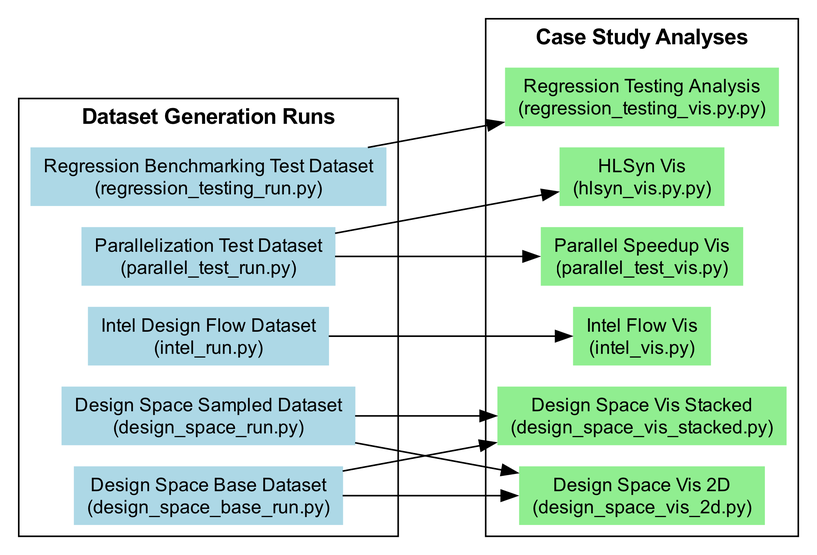
sharc-lab/hlsfactory-artifact-eval keeps this Graphviz diagram as docs/depends.png. Above is the earlier version. Its source is kept beside it as docs/depends.dot.
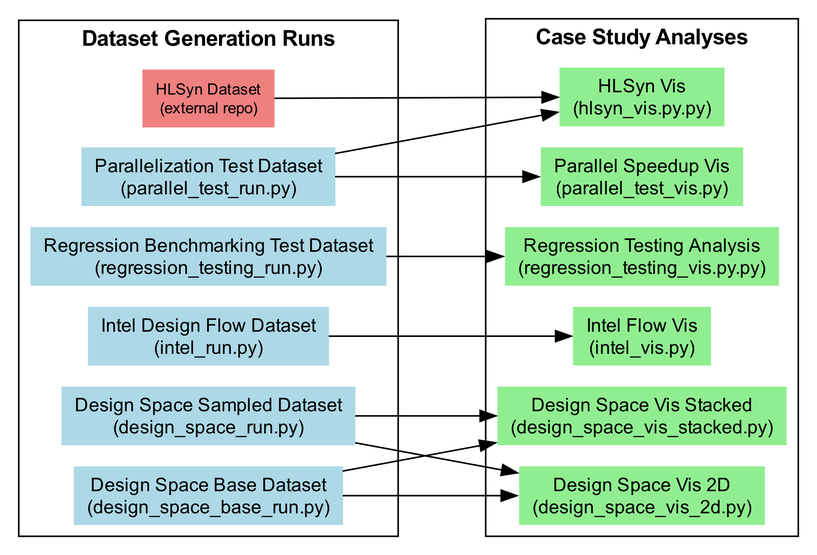
Above is the later version.

Diff of the diagram source:
```diff
@@ -20,6 +20,8 @@
         "Intel Design Flow" [label="Intel Design Flow Dataset\n(intel_run.py)"];
         "Parallelization Test" [label="Parallelization Test Dataset\n(parallel_test_run.py)"];
         "Regression Benchmarking Test" [label="Regression Benchmarking Test Dataset\n(regression_testing_run.py)"];
+
+        "hlsyn" [label="HLSyn Dataset\n(external repo)", style=filled, color=lightcoral, shape=rect, fontsize=10, fontname="Arial"];
     }
 
     subgraph cluster_case_study {
@@ -49,6 +51,7 @@
 
     "Parallelization Test" -> "Parallel Speedup Vis";
 
+    "hlsyn" -> "HLSyn Vis";
     "Parallelization Test" -> "HLSyn Vis";
 
     "Intel Design Flow" -> "Intel Flow Vis";
```
